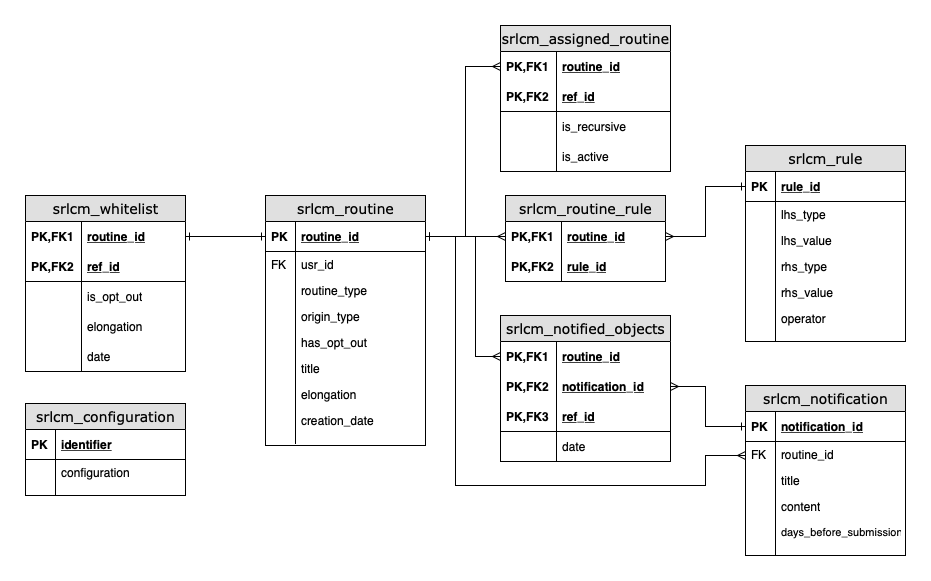
srsolutionsag/SrLifeCycleManager keeps this draw.io diagram as docs/ERD.drawio.png. Above is the earlier version. Source tidied: cells renumbered, new cells last; positions are measured from the earlier drawing's top-left corner, leaving out a move shared by most shapes.
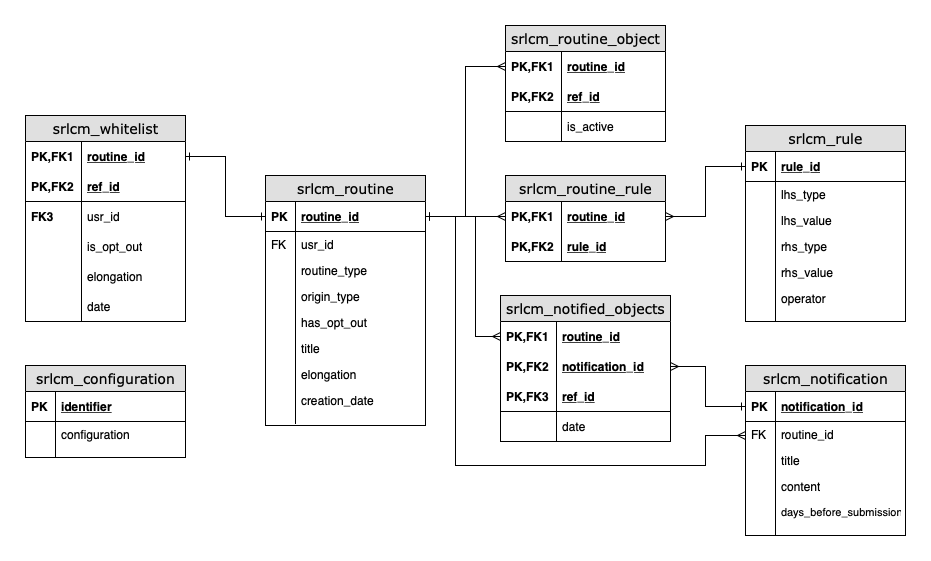
After the change.

Diff of the diagram source:
```diff
@@ -165,7 +165,7 @@
       <mxGeometry width="30" height="10" as="geometry" />
     </mxCell>
     <mxCell id="56" value="srlcm_whitelist" style="swimlane;html=1;fontStyle=0;horizontal=1;startSize=26;fillColor=#e0e0e0;swimlaneFillColor=#ffffff;align=center;rounded=0;shadow=0;comic=0;labelBackgroundColor=none;strokeWidth=1;fontFamily=Verdana;fontSize=14;" parent="1" vertex="1">
-      <mxGeometry y="170" width="160" height="176" as="geometry" />
+      <mxGeometry y="110" width="160" height="206" as="geometry" />
     </mxCell>
     <mxCell id="57" value="routine_id" style="shape=partialRectangle;top=0;left=0;right=0;bottom=0;html=1;align=left;verticalAlign=middle;fillColor=none;spacingLeft=60;spacingRight=4;whiteSpace=wrap;overflow=hidden;points=[[0,0.5],[1,0.5]];portConstraint=eastwest;fontStyle=5;" parent="56" vertex="1">
       <mxGeometry y="26" width="160" height="30" as="geometry" />
@@ -179,20 +179,26 @@
     <mxCell id="60" value="PK,FK2" style="shape=partialRectangle;fontStyle=1;top=0;left=0;bottom=0;html=1;fillColor=none;align=left;verticalAlign=middle;spacingLeft=4;spacingRight=4;whiteSpace=wrap;overflow=hidden;" parent="59" vertex="1">
       <mxGeometry width="56" height="30" as="geometry" />
     </mxCell>
-    <mxCell id="61" value="is_opt_out" style="shape=partialRectangle;top=0;left=0;right=0;bottom=1;html=1;align=left;verticalAlign=middle;fillColor=none;spacingLeft=60;spacingRight=4;whiteSpace=wrap;overflow=hidden;fontStyle=0;strokeColor=none;" parent="56" vertex="1">
+    <mxCell id="61" value="usr_id" style="shape=partialRectangle;top=0;left=0;right=0;bottom=1;html=1;align=left;verticalAlign=middle;fillColor=none;spacingLeft=60;spacingRight=4;whiteSpace=wrap;overflow=hidden;fontStyle=0;strokeColor=none;" parent="56" vertex="1">
       <mxGeometry y="86" width="160" height="30" as="geometry" />
     </mxCell>
-    <mxCell id="62" style="shape=partialRectangle;fontStyle=1;top=0;left=0;bottom=0;html=1;fillColor=none;align=left;verticalAlign=middle;spacingLeft=4;spacingRight=4;whiteSpace=wrap;overflow=hidden;" parent="61" vertex="1">
+    <mxCell id="62" value="FK3" style="shape=partialRectangle;fontStyle=1;top=0;left=0;bottom=0;html=1;fillColor=none;align=left;verticalAlign=middle;spacingLeft=4;spacingRight=4;whiteSpace=wrap;overflow=hidden;" parent="61" vertex="1">
       <mxGeometry width="56" height="30" as="geometry" />
     </mxCell>
-    <mxCell id="63" value="elongation" style="shape=partialRectangle;top=0;left=0;right=0;bottom=1;html=1;align=left;verticalAlign=middle;fillColor=none;spacingLeft=60;spacingRight=4;whiteSpace=wrap;overflow=hidden;fontStyle=0;strokeColor=none;" parent="56" vertex="1">
+    <mxCell id="63" value="is_opt_out" style="shape=partialRectangle;top=0;left=0;right=0;bottom=1;html=1;align=left;verticalAlign=middle;fillColor=none;spacingLeft=60;spacingRight=4;whiteSpace=wrap;overflow=hidden;fontStyle=0;strokeColor=none;" parent="56" vertex="1">
       <mxGeometry y="116" width="160" height="30" as="geometry" />
     </mxCell>
     <mxCell id="64" style="shape=partialRectangle;fontStyle=1;top=0;left=0;bottom=0;html=1;fillColor=none;align=left;verticalAlign=middle;spacingLeft=4;spacingRight=4;whiteSpace=wrap;overflow=hidden;" parent="63" vertex="1">
       <mxGeometry width="56" height="30" as="geometry" />
     </mxCell>
+    <mxCell id="97" value="elongation" style="shape=partialRectangle;top=0;left=0;right=0;bottom=1;html=1;align=left;verticalAlign=middle;fillColor=none;spacingLeft=60;spacingRight=4;whiteSpace=wrap;overflow=hidden;fontStyle=0;strokeColor=none;" parent="56" vertex="1">
+      <mxGeometry y="146" width="160" height="30" as="geometry" />
+    </mxCell>
+    <mxCell id="95" style="shape=partialRectangle;fontStyle=1;top=0;left=0;bottom=0;html=1;fillColor=none;align=left;verticalAlign=middle;spacingLeft=4;spacingRight=4;whiteSpace=wrap;overflow=hidden;" parent="97" vertex="1">
+      <mxGeometry width="56" height="30" as="geometry" />
+    </mxCell>
     <mxCell id="65" value="date" style="shape=partialRectangle;top=0;left=0;right=0;bottom=1;html=1;align=left;verticalAlign=middle;fillColor=none;spacingLeft=60;spacingRight=4;whiteSpace=wrap;overflow=hidden;fontStyle=0;strokeColor=none;" parent="56" vertex="1">
-      <mxGeometry y="146" width="160" height="30" as="geometry" />
+      <mxGeometry y="176" width="160" height="30" as="geometry" />
     </mxCell>
     <mxCell id="66" style="shape=partialRectangle;fontStyle=1;top=0;left=0;bottom=0;html=1;fillColor=none;align=left;verticalAlign=middle;spacingLeft=4;spacingRight=4;whiteSpace=wrap;overflow=hidden;" parent="65" vertex="1">
       <mxGeometry width="56" height="30" as="geometry" />
@@ -228,7 +234,7 @@
       <mxGeometry width="56" height="30" as="geometry" />
     </mxCell>
     <mxCell id="77" value="srlcm_configuration" style="swimlane;html=1;fontStyle=0;horizontal=1;startSize=26;fillColor=#e0e0e0;swimlaneFillColor=#ffffff;align=center;rounded=0;shadow=0;comic=0;labelBackgroundColor=none;strokeWidth=1;fontFamily=Verdana;fontSize=14;swimlaneLine=1;" parent="1" vertex="1">
-      <mxGeometry y="378" width="160" height="92" as="geometry" />
+      <mxGeometry y="360" width="160" height="92" as="geometry" />
     </mxCell>
     <mxCell id="78" value="identifier" style="shape=partialRectangle;top=0;left=0;right=0;bottom=1;html=1;align=left;verticalAlign=middle;fillColor=none;spacingLeft=34;spacingRight=4;whiteSpace=wrap;overflow=hidden;fontStyle=5;" parent="77" vertex="1">
       <mxGeometry y="26" width="160" height="30" as="geometry" />
@@ -276,38 +282,32 @@
         </Array>
       </mxGeometry>
     </mxCell>
-    <mxCell id="87" value="srlcm_assigned_routine" style="swimlane;html=1;fontStyle=0;horizontal=1;startSize=26;fillColor=#e0e0e0;swimlaneFillColor=#ffffff;align=center;rounded=0;shadow=0;comic=0;labelBackgroundColor=none;strokeWidth=1;fontFamily=Verdana;fontSize=14;" parent="1" vertex="1">
-      <mxGeometry x="475" width="170" height="146" as="geometry" />
+    <mxCell id="87" value="srlcm_routine_object" style="swimlane;html=1;fontStyle=0;horizontal=1;startSize=26;fillColor=#e0e0e0;swimlaneFillColor=#ffffff;align=center;rounded=0;shadow=0;comic=0;labelBackgroundColor=none;strokeWidth=1;fontFamily=Verdana;fontSize=14;" parent="1" vertex="1">
+      <mxGeometry x="480" y="20" width="160" height="116" as="geometry" />
     </mxCell>
     <mxCell id="88" value="routine_id" style="shape=partialRectangle;top=0;left=0;right=0;bottom=0;html=1;align=left;verticalAlign=middle;fillColor=none;spacingLeft=60;spacingRight=4;whiteSpace=wrap;overflow=hidden;points=[[0,0.5],[1,0.5]];portConstraint=eastwest;fontStyle=5;" parent="87" vertex="1">
-      <mxGeometry y="26" width="170" height="30" as="geometry" />
+      <mxGeometry y="26" width="160" height="30" as="geometry" />
     </mxCell>
     <mxCell id="89" value="PK,FK1" style="shape=partialRectangle;fontStyle=1;top=0;left=0;bottom=0;html=1;fillColor=none;align=left;verticalAlign=middle;spacingLeft=4;spacingRight=4;whiteSpace=wrap;overflow=hidden;" parent="88" vertex="1">
       <mxGeometry width="56" height="30" as="geometry" />
     </mxCell>
     <mxCell id="90" value="ref_id" style="shape=partialRectangle;top=0;left=0;right=0;bottom=1;html=1;align=left;verticalAlign=middle;fillColor=none;spacingLeft=60;spacingRight=4;whiteSpace=wrap;overflow=hidden;fontStyle=5;" parent="87" vertex="1">
-      <mxGeometry y="56" width="170" height="30" as="geometry" />
+      <mxGeometry y="56" width="160" height="30" as="geometry" />
     </mxCell>
     <mxCell id="91" value="PK,FK2" style="shape=partialRectangle;fontStyle=1;top=0;left=0;bottom=0;html=1;fillColor=none;align=left;verticalAlign=middle;spacingLeft=4;spacingRight=4;whiteSpace=wrap;overflow=hidden;" parent="90" vertex="1">
       <mxGeometry width="56" height="30" as="geometry" />
     </mxCell>
-    <mxCell id="92" value="is_recursive" style="shape=partialRectangle;top=0;left=0;right=0;bottom=1;html=1;align=left;verticalAlign=middle;fillColor=none;spacingLeft=60;spacingRight=4;whiteSpace=wrap;overflow=hidden;fontStyle=0;strokeColor=none;" parent="87" vertex="1">
-      <mxGeometry y="86" width="170" height="30" as="geometry" />
+    <mxCell id="92" value="is_active" style="shape=partialRectangle;top=0;left=0;right=0;bottom=1;html=1;align=left;verticalAlign=middle;fillColor=none;spacingLeft=60;spacingRight=4;whiteSpace=wrap;overflow=hidden;fontStyle=0;strokeColor=none;" parent="87" vertex="1">
+      <mxGeometry y="86" width="160" height="30" as="geometry" />
     </mxCell>
     <mxCell id="93" style="shape=partialRectangle;fontStyle=1;top=0;left=0;bottom=0;html=1;fillColor=none;align=left;verticalAlign=middle;spacingLeft=4;spacingRight=4;whiteSpace=wrap;overflow=hidden;" parent="92" vertex="1">
       <mxGeometry width="56" height="30" as="geometry" />
     </mxCell>
-    <mxCell id="94" value="is_active" style="shape=partialRectangle;top=0;left=0;right=0;bottom=1;html=1;align=left;verticalAlign=middle;fillColor=none;spacingLeft=60;spacingRight=4;whiteSpace=wrap;overflow=hidden;fontStyle=0;strokeColor=none;" parent="87" vertex="1">
-      <mxGeometry y="116" width="170" height="30" as="geometry" />
-    </mxCell>
-    <mxCell id="95" style="shape=partialRectangle;fontStyle=1;top=0;left=0;bottom=0;html=1;fillColor=none;align=left;verticalAlign=middle;spacingLeft=4;spacingRight=4;whiteSpace=wrap;overflow=hidden;" parent="94" vertex="1">
-      <mxGeometry width="56" height="30" as="geometry" />
-    </mxCell>
-    <mxCell id="96" style="edgeStyle=orthogonalEdgeStyle;rounded=0;jettySize=auto;html=1;endArrow=ERmany;endFill=0;entryX=0;entryY=0.5;entryDx=0;entryDy=0;" parent="1" edge="1" source="3" target="88">
+    <mxCell id="96" style="edgeStyle=orthogonalEdgeStyle;rounded=0;jettySize=auto;html=1;endArrow=ERmany;endFill=0;" parent="1" edge="1" source="3" target="88">
       <mxGeometry relative="1" as="geometry">
         <Array as="points">
           <mxPoint x="440" y="211" />
-          <mxPoint x="440" y="41" />
+          <mxPoint x="440" y="61" />
         </Array>
       </mxGeometry>
     </mxCell>
```
